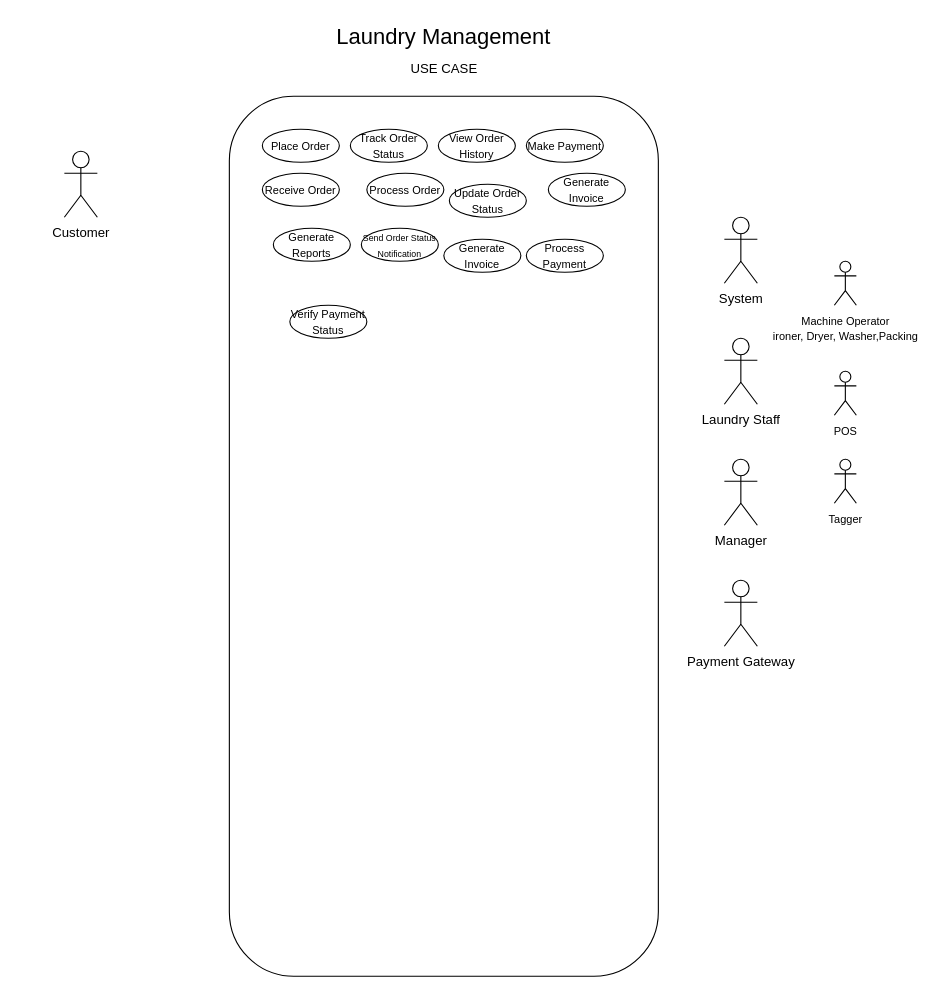
Earlier version of the draw.io diagram UML/usecase.drawio (Mufaddalsr/Laundry-Management-MaxLaundry-). Source tidied: cells renumbered, new cells numbered last; positions are measured from the earlier drawing's top-left corner, leaving out a move shared by most shapes. Both pictures are drawn from the tidied source at 110%, with x=0, y=0 at pixel (64, 19).
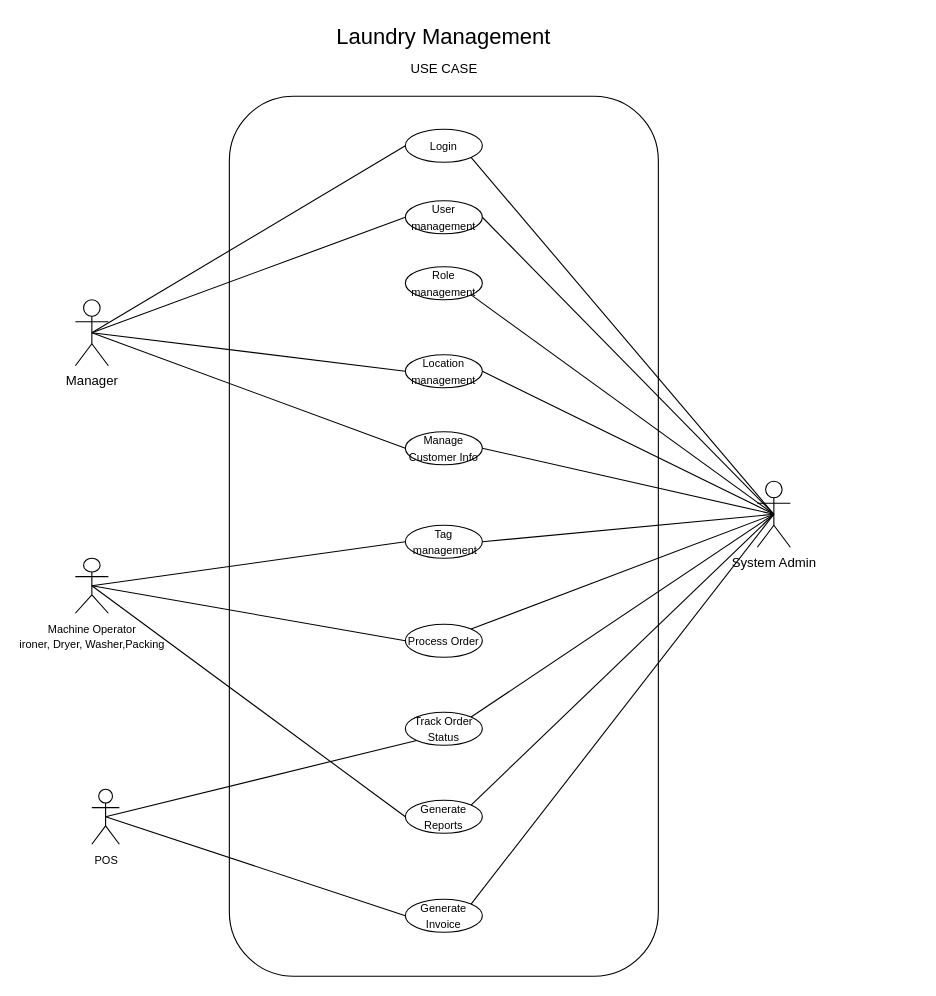
After the change.

The edit, as a diff of the source:
```diff
@@
-    <mxCell id="6" value="Customer" style="shape=umlActor;verticalLabelPosition=bottom;verticalAlign=top;html=1;rounded=1;labelBackgroundColor=none;" parent="1" vertex="1">
-      <mxGeometry y="120" width="30" height="60" as="geometry" />
-    </mxCell>
-    <mxCell id="7" value="System&lt;br&gt;" style="shape=umlActor;verticalLabelPosition=bottom;verticalAlign=top;html=1;outlineConnect=0;rounded=1;labelBackgroundColor=none;" parent="1" vertex="1">
-      <mxGeometry x="600" y="180" width="30" height="60" as="geometry" />
+    <mxCell id="7" value="System Admin" style="shape=umlActor;verticalLabelPosition=bottom;verticalAlign=top;html=1;outlineConnect=0;rounded=1;labelBackgroundColor=none;" parent="1" vertex="1">
+      <mxGeometry x="630" y="420" width="30" height="60" as="geometry" />
     </mxCell>
-    <mxCell id="8" value="Laundry Staff&lt;br&gt;" style="shape=umlActor;verticalLabelPosition=bottom;verticalAlign=top;html=1;rounded=1;labelBackgroundColor=none;" parent="1" vertex="1">
-      <mxGeometry x="600" y="290" width="30" height="60" as="geometry" />
-    </mxCell>
     <mxCell id="9" value="Manager" style="shape=umlActor;verticalLabelPosition=bottom;verticalAlign=top;html=1;outlineConnect=0;rounded=1;labelBackgroundColor=none;" parent="1" vertex="1">
-      <mxGeometry x="600" y="400" width="30" height="60" as="geometry" />
+      <mxGeometry x="10" y="255" width="30" height="60" as="geometry" />
     </mxCell>
-    <mxCell id="10" value="Payment Gateway" style="shape=umlActor;verticalLabelPosition=bottom;verticalAlign=top;html=1;rounded=1;labelBackgroundColor=none;" parent="1" vertex="1">
-      <mxGeometry x="600" y="510" width="30" height="60" as="geometry" />
-    </mxCell>
-    <mxCell id="11" value="&lt;font style=&quot;font-size: 10px;&quot;&gt;Place Order&lt;/font&gt;" style="ellipse;whiteSpace=wrap;html=1;rounded=1;labelBackgroundColor=none;" parent="1" vertex="1">
-      <mxGeometry x="180" y="100" width="70" height="30" as="geometry" />
-    </mxCell>
     <mxCell id="12" value="&lt;font style=&quot;font-size: 10px;&quot;&gt;Track Order Status&lt;/font&gt;" style="ellipse;whiteSpace=wrap;html=1;rounded=1;labelBackgroundColor=none;" parent="1" vertex="1">
-      <mxGeometry x="260" y="100" width="70" height="30" as="geometry" />
+      <mxGeometry x="310" y="630" width="70" height="30" as="geometry" />
     </mxCell>
-    <mxCell id="13" value="&lt;font style=&quot;font-size: 10px;&quot;&gt;View Order History&lt;/font&gt;" style="ellipse;whiteSpace=wrap;html=1;rounded=1;labelBackgroundColor=none;" parent="1" vertex="1">
-      <mxGeometry x="340" y="100" width="70" height="30" as="geometry" />
-    </mxCell>
-    <mxCell id="14" value="&lt;font style=&quot;font-size: 10px;&quot;&gt;Make Payment&lt;/font&gt;" style="ellipse;whiteSpace=wrap;html=1;rounded=1;labelBackgroundColor=none;" parent="1" vertex="1">
-      <mxGeometry x="420" y="100" width="70" height="30" as="geometry" />
-    </mxCell>
-    <mxCell id="15" value="&lt;font style=&quot;font-size: 10px;&quot;&gt;Receive Order&lt;/font&gt;" style="ellipse;whiteSpace=wrap;html=1;rounded=1;labelBackgroundColor=none;" parent="1" vertex="1">
-      <mxGeometry x="180" y="140" width="70" height="30" as="geometry" />
-    </mxCell>
     <mxCell id="16" value="&lt;font style=&quot;font-size: 10px;&quot;&gt;Process Order&lt;/font&gt;" style="ellipse;whiteSpace=wrap;html=1;rounded=1;labelBackgroundColor=none;" parent="1" vertex="1">
-      <mxGeometry x="275" y="140" width="70" height="30" as="geometry" />
+      <mxGeometry x="310" y="550" width="70" height="30" as="geometry" />
     </mxCell>
-    <mxCell id="17" value="&lt;font style=&quot;font-size: 10px;&quot;&gt;Update Order Status&lt;/font&gt;" style="ellipse;whiteSpace=wrap;html=1;rounded=1;labelBackgroundColor=none;" parent="1" vertex="1">
-      <mxGeometry x="350" y="150" width="70" height="30" as="geometry" />
-    </mxCell>
-    <mxCell id="18" value="&lt;font style=&quot;font-size: 10px;&quot;&gt;Generate Invoice&lt;/font&gt;" style="ellipse;whiteSpace=wrap;html=1;rounded=1;labelBackgroundColor=none;" parent="1" vertex="1">
-      <mxGeometry x="440" y="140" width="70" height="30" as="geometry" />
-    </mxCell>
     <mxCell id="19" value="&lt;font style=&quot;font-size: 10px;&quot;&gt;Generate Reports&lt;/font&gt;" style="ellipse;whiteSpace=wrap;html=1;rounded=1;labelBackgroundColor=none;" parent="1" vertex="1">
-      <mxGeometry x="190" y="190" width="70" height="30" as="geometry" />
+      <mxGeometry x="310" y="710" width="70" height="30" as="geometry" />
     </mxCell>
-    <mxCell id="20" value="&lt;font style=&quot;font-size: 8px;&quot;&gt;Send Order Status Notification&lt;/font&gt;" style="ellipse;whiteSpace=wrap;html=1;rounded=1;labelBackgroundColor=none;" parent="1" vertex="1">
-      <mxGeometry x="270" y="190" width="70" height="30" as="geometry" />
-    </mxCell>
-    <mxCell id="21" value="&lt;font style=&quot;font-size: 10px;&quot;&gt;Verify Payment Status&lt;/font&gt;" style="ellipse;whiteSpace=wrap;html=1;rounded=1;labelBackgroundColor=none;" parent="1" vertex="1">
-      <mxGeometry x="205" y="260" width="70" height="30" as="geometry" />
-    </mxCell>
-    <mxCell id="22" value="&lt;font style=&quot;font-size: 10px;&quot;&gt;Process Payment&lt;/font&gt;" style="ellipse;whiteSpace=wrap;html=1;rounded=1;labelBackgroundColor=none;" parent="1" vertex="1">
-      <mxGeometry x="420" y="200" width="70" height="30" as="geometry" />
-    </mxCell>
     <mxCell id="23" value="&lt;font style=&quot;font-size: 10px;&quot;&gt;Generate Invoice&lt;/font&gt;" style="ellipse;whiteSpace=wrap;html=1;rounded=1;labelBackgroundColor=none;" parent="1" vertex="1">
-      <mxGeometry x="345" y="200" width="70" height="30" as="geometry" />
+      <mxGeometry x="310" y="800" width="70" height="30" as="geometry" />
     </mxCell>
     <mxCell id="24" value="&lt;font style=&quot;font-size: 10px;&quot;&gt;Machine Operator&lt;br&gt;ironer, Dryer, Washer,Packing&lt;br&gt;&lt;/font&gt;" style="shape=umlActor;verticalLabelPosition=bottom;verticalAlign=top;html=1;outlineConnect=0;rounded=1;labelBackgroundColor=none;" parent="1" vertex="1">
-      <mxGeometry x="700" y="220" width="20" height="40" as="geometry" />
+      <mxGeometry x="10" y="490" width="30" height="50" as="geometry" />
     </mxCell>
     <mxCell id="25" value="&lt;font style=&quot;font-size: 10px;&quot;&gt;POS&lt;/font&gt;" style="shape=umlActor;verticalLabelPosition=bottom;verticalAlign=top;html=1;outlineConnect=0;rounded=1;labelBackgroundColor=none;" parent="1" vertex="1">
-      <mxGeometry x="700" y="320" width="20" height="40" as="geometry" />
+      <mxGeometry x="25" y="700" width="25" height="50" as="geometry" />
     </mxCell>
-    <mxCell id="26" value="&lt;font style=&quot;font-size: 10px;&quot;&gt;Tagger&lt;/font&gt;" style="shape=umlActor;verticalLabelPosition=bottom;verticalAlign=top;html=1;rounded=1;labelBackgroundColor=none;" parent="1" vertex="1">
-      <mxGeometry x="700" y="400" width="20" height="40" as="geometry" />
-    </mxCell>
+    <mxCell id="27" style="rounded=0;jettySize=auto;html=1;exitX=0;exitY=0.5;exitDx=0;exitDy=0;entryX=0.5;entryY=0.5;entryDx=0;entryDy=0;entryPerimeter=0;endArrow=none;endFill=0;" parent="1" edge="1" source="28" target="9">
+      <mxGeometry relative="1" as="geometry" />
+    </mxCell>
+    <mxCell id="28" value="&lt;font style=&quot;font-size: 10px;&quot;&gt;Login&lt;/font&gt;" style="ellipse;whiteSpace=wrap;html=1;rounded=1;labelBackgroundColor=none;" parent="1" vertex="1">
+      <mxGeometry x="310" y="100" width="70" height="30" as="geometry" />
+    </mxCell>
+    <mxCell id="29" value="&lt;font style=&quot;font-size: 10px;&quot;&gt;User management&lt;/font&gt;" style="ellipse;whiteSpace=wrap;html=1;rounded=1;labelBackgroundColor=none;" parent="1" vertex="1">
+      <mxGeometry x="310" y="165" width="70" height="30" as="geometry" />
+    </mxCell>
+    <mxCell id="30" value="&lt;font style=&quot;font-size: 10px;&quot;&gt;Role management&lt;/font&gt;" style="ellipse;whiteSpace=wrap;html=1;rounded=1;labelBackgroundColor=none;" parent="1" vertex="1">
+      <mxGeometry x="310" y="225" width="70" height="30" as="geometry" />
+    </mxCell>
+    <mxCell id="31" value="&lt;font style=&quot;font-size: 10px;&quot;&gt;Location management&lt;/font&gt;" style="ellipse;whiteSpace=wrap;html=1;rounded=1;labelBackgroundColor=none;" parent="1" vertex="1">
+      <mxGeometry x="310" y="305" width="70" height="30" as="geometry" />
+    </mxCell>
+    <mxCell id="32" style="rounded=0;jettySize=auto;html=1;exitX=1;exitY=0.5;exitDx=0;exitDy=0;endArrow=none;endFill=0;entryX=0.5;entryY=0.5;entryDx=0;entryDy=0;entryPerimeter=0;" parent="1" edge="1" source="33" target="7">
+      <mxGeometry relative="1" as="geometry" />
+    </mxCell>
+    <mxCell id="33" value="&lt;font style=&quot;font-size: 10px;&quot;&gt;Manage&lt;/font&gt;&lt;div&gt;&lt;font style=&quot;font-size: 10px;&quot;&gt;Customer Info&lt;/font&gt;&lt;/div&gt;" style="ellipse;whiteSpace=wrap;html=1;rounded=1;labelBackgroundColor=none;" parent="1" vertex="1">
+      <mxGeometry x="310" y="375" width="70" height="30" as="geometry" />
+    </mxCell>
+    <mxCell id="34" value="&lt;font style=&quot;font-size: 10px;&quot;&gt;Tag&lt;/font&gt;&lt;div&gt;&lt;span style=&quot;font-size: 10px; background-color: initial;&quot;&gt;&amp;nbsp;management&lt;/span&gt;&lt;/div&gt;" style="ellipse;whiteSpace=wrap;html=1;rounded=1;labelBackgroundColor=none;" parent="1" vertex="1">
+      <mxGeometry x="310" y="460" width="70" height="30" as="geometry" />
+    </mxCell>
+    <mxCell id="35" style="rounded=0;jettySize=auto;html=1;exitX=1;exitY=1;exitDx=0;exitDy=0;entryX=0.5;entryY=0.5;entryDx=0;entryDy=0;entryPerimeter=0;endArrow=none;endFill=0;" parent="1" edge="1" source="28" target="7">
+      <mxGeometry relative="1" as="geometry" />
+    </mxCell>
+    <mxCell id="36" style="rounded=0;jettySize=auto;html=1;exitX=1;exitY=0.5;exitDx=0;exitDy=0;entryX=0.5;entryY=0.5;entryDx=0;entryDy=0;entryPerimeter=0;endArrow=none;endFill=0;" parent="1" edge="1" source="29" target="7">
+      <mxGeometry relative="1" as="geometry" />
+    </mxCell>
+    <mxCell id="37" style="rounded=0;jettySize=auto;html=1;exitX=1;exitY=1;exitDx=0;exitDy=0;entryX=0.5;entryY=0.5;entryDx=0;entryDy=0;entryPerimeter=0;endArrow=none;endFill=0;" parent="1" edge="1" source="30" target="7">
+      <mxGeometry relative="1" as="geometry" />
+    </mxCell>
+    <mxCell id="38" style="rounded=0;jettySize=auto;html=1;exitX=1;exitY=0.5;exitDx=0;exitDy=0;entryX=0.5;entryY=0.5;entryDx=0;entryDy=0;entryPerimeter=0;endArrow=none;endFill=0;" parent="1" edge="1" source="31" target="7">
+      <mxGeometry relative="1" as="geometry" />
+    </mxCell>
+    <mxCell id="39" style="rounded=0;jettySize=auto;html=1;exitX=1;exitY=0.5;exitDx=0;exitDy=0;entryX=0.5;entryY=0.5;entryDx=0;entryDy=0;entryPerimeter=0;endArrow=none;endFill=0;" parent="1" edge="1" source="34" target="7">
+      <mxGeometry relative="1" as="geometry" />
+    </mxCell>
+    <mxCell id="40" style="rounded=0;jettySize=auto;html=1;exitX=1;exitY=0;exitDx=0;exitDy=0;entryX=0.5;entryY=0.5;entryDx=0;entryDy=0;entryPerimeter=0;endArrow=none;endFill=0;" parent="1" edge="1" source="16" target="7">
+      <mxGeometry relative="1" as="geometry" />
+    </mxCell>
+    <mxCell id="41" style="rounded=0;jettySize=auto;html=1;exitX=1;exitY=0;exitDx=0;exitDy=0;entryX=0.5;entryY=0.5;entryDx=0;entryDy=0;entryPerimeter=0;endArrow=none;endFill=0;" parent="1" edge="1" source="12" target="7">
+      <mxGeometry relative="1" as="geometry" />
+    </mxCell>
+    <mxCell id="42" style="rounded=0;jettySize=auto;html=1;exitX=1;exitY=0;exitDx=0;exitDy=0;entryX=0.5;entryY=0.5;entryDx=0;entryDy=0;entryPerimeter=0;endArrow=none;endFill=0;" parent="1" edge="1" source="19" target="7">
+      <mxGeometry relative="1" as="geometry" />
+    </mxCell>
+    <mxCell id="43" style="rounded=0;jettySize=auto;html=1;exitX=1;exitY=0;exitDx=0;exitDy=0;entryX=0.5;entryY=0.5;entryDx=0;entryDy=0;entryPerimeter=0;endArrow=none;endFill=0;" parent="1" edge="1" source="23" target="7">
+      <mxGeometry relative="1" as="geometry" />
+    </mxCell>
+    <mxCell id="44" style="rounded=0;jettySize=auto;html=1;exitX=0;exitY=1;exitDx=0;exitDy=0;entryX=0.5;entryY=0.5;entryDx=0;entryDy=0;entryPerimeter=0;endArrow=none;endFill=0;" parent="1" edge="1" source="12" target="25">
+      <mxGeometry relative="1" as="geometry" />
+    </mxCell>
+    <mxCell id="45" style="rounded=0;jettySize=auto;html=1;exitX=0;exitY=0.5;exitDx=0;exitDy=0;entryX=0.5;entryY=0.5;entryDx=0;entryDy=0;entryPerimeter=0;endArrow=none;endFill=0;" parent="1" edge="1" source="23" target="25">
+      <mxGeometry relative="1" as="geometry" />
+    </mxCell>
+    <mxCell id="46" style="rounded=0;jettySize=auto;html=1;exitX=0;exitY=0.5;exitDx=0;exitDy=0;entryX=0.5;entryY=0.5;entryDx=0;entryDy=0;entryPerimeter=0;endArrow=none;endFill=0;" parent="1" edge="1" source="34" target="24">
+      <mxGeometry relative="1" as="geometry" />
+    </mxCell>
+    <mxCell id="47" style="rounded=0;jettySize=auto;html=1;exitX=0;exitY=0.5;exitDx=0;exitDy=0;entryX=0.5;entryY=0.5;entryDx=0;entryDy=0;entryPerimeter=0;endArrow=none;endFill=0;" parent="1" edge="1" source="16" target="24">
+      <mxGeometry relative="1" as="geometry" />
+    </mxCell>
+    <mxCell id="48" style="rounded=0;jettySize=auto;html=1;exitX=0;exitY=0.5;exitDx=0;exitDy=0;entryX=0.5;entryY=0.5;entryDx=0;entryDy=0;entryPerimeter=0;endArrow=none;endFill=0;" parent="1" edge="1" source="19" target="24">
+      <mxGeometry relative="1" as="geometry" />
+    </mxCell>
+    <mxCell id="49" style="rounded=0;jettySize=auto;html=1;exitX=0;exitY=0.5;exitDx=0;exitDy=0;entryX=0.5;entryY=0.5;entryDx=0;entryDy=0;entryPerimeter=0;endArrow=none;endFill=0;" parent="1" edge="1" source="29" target="9">
+      <mxGeometry relative="1" as="geometry" />
+    </mxCell>
+    <mxCell id="50" style="rounded=0;jettySize=auto;html=1;exitX=0;exitY=0.5;exitDx=0;exitDy=0;entryX=0.5;entryY=0.5;entryDx=0;entryDy=0;entryPerimeter=0;endArrow=none;endFill=0;" parent="1" edge="1" source="31" target="9">
+      <mxGeometry relative="1" as="geometry" />
+    </mxCell>
+    <mxCell id="51" style="rounded=0;jettySize=auto;html=1;exitX=0;exitY=0.5;exitDx=0;exitDy=0;entryX=0.5;entryY=0.5;entryDx=0;entryDy=0;entryPerimeter=0;endArrow=none;endFill=0;" parent="1" edge="1" source="33" target="9">
+      <mxGeometry relative="1" as="geometry" />
+    </mxCell>
```
